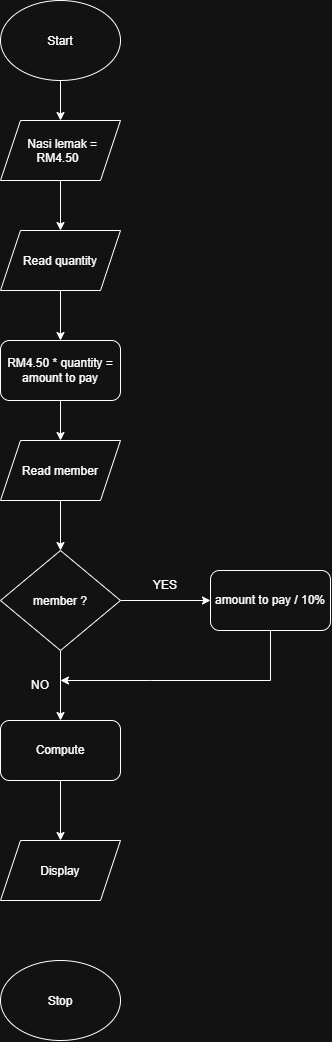
Above: diagrams_ex1_kiosk.drawio.png in fatinnajihanizam/BITP1113-Week04 (draw.io), before the change. Source tidied: cells renumbered, new cells last; positions are measured from the earlier drawing's top-left corner, leaving out a move shared by most shapes. Source of this version:
```xml
<mxGraphModel>
  <root>
    <mxCell id="0" />
    <mxCell id="1" parent="0" />
    <mxCell id="2" style="edgeStyle=orthogonalEdgeStyle;rounded=0;jettySize=auto;html=1;exitX=0.5;exitY=1;exitDx=0;exitDy=0;defaultLabelBackgroundColor=page;" parent="1" edge="1" source="3" target="5">
      <mxGeometry relative="1" as="geometry" />
    </mxCell>
    <mxCell id="3" value="Start" style="ellipse;whiteSpace=wrap;html=1;shapeInside=1;" parent="1" vertex="1">
      <mxGeometry width="120" height="80" as="geometry" />
    </mxCell>
    <mxCell id="4" style="edgeStyle=orthogonalEdgeStyle;rounded=0;jettySize=auto;html=1;exitX=0.5;exitY=1;exitDx=0;exitDy=0;defaultLabelBackgroundColor=page;" parent="1" edge="1" source="5" target="7">
      <mxGeometry relative="1" as="geometry" />
    </mxCell>
    <mxCell id="5" value="Nasi lemak = RM4.50" style="shape=parallelogram;perimeter=parallelogramPerimeter;whiteSpace=wrap;html=1;shapeInside=1;fixedSize=1;" parent="1" vertex="1">
      <mxGeometry y="120" width="120" height="60" as="geometry" />
    </mxCell>
    <mxCell id="6" style="edgeStyle=orthogonalEdgeStyle;rounded=0;jettySize=auto;html=1;exitX=0.5;exitY=1;exitDx=0;exitDy=0;entryX=0.5;entryY=0;entryDx=0;entryDy=0;defaultLabelBackgroundColor=page;" parent="1" edge="1" source="7" target="16">
      <mxGeometry relative="1" as="geometry" />
    </mxCell>
    <mxCell id="7" value="Read quantity" style="shape=parallelogram;perimeter=parallelogramPerimeter;whiteSpace=wrap;html=1;shapeInside=1;fixedSize=1;" parent="1" vertex="1">
      <mxGeometry y="230" width="120" height="60" as="geometry" />
    </mxCell>
    <mxCell id="8" style="edgeStyle=orthogonalEdgeStyle;rounded=0;jettySize=auto;html=1;exitX=0.5;exitY=1;exitDx=0;exitDy=0;entryX=0.5;entryY=0;entryDx=0;entryDy=0;defaultLabelBackgroundColor=page;" parent="1" edge="1" source="9" target="12">
      <mxGeometry relative="1" as="geometry" />
    </mxCell>
    <mxCell id="9" value="Read member" style="shape=parallelogram;perimeter=parallelogramPerimeter;whiteSpace=wrap;html=1;shapeInside=1;fixedSize=1;" parent="1" vertex="1">
      <mxGeometry y="440" width="120" height="60" as="geometry" />
    </mxCell>
    <mxCell id="10" style="edgeStyle=orthogonalEdgeStyle;rounded=0;jettySize=auto;html=1;exitX=1;exitY=0.5;exitDx=0;exitDy=0;defaultLabelBackgroundColor=page;" parent="1" edge="1" source="12" target="14">
      <mxGeometry relative="1" as="geometry" />
    </mxCell>
    <mxCell id="11" style="edgeStyle=orthogonalEdgeStyle;rounded=0;jettySize=auto;html=1;exitX=0.5;exitY=1;exitDx=0;exitDy=0;entryX=0.5;entryY=0;entryDx=0;entryDy=0;defaultLabelBackgroundColor=page;" parent="1" edge="1" source="12" target="18">
      <mxGeometry relative="1" as="geometry" />
    </mxCell>
    <mxCell id="12" value="member ?&lt;div&gt;&lt;br&gt;&lt;/div&gt;" style="rhombus;whiteSpace=wrap;html=1;shapeInside=1;" parent="1" vertex="1">
      <mxGeometry y="550" width="120" height="100" as="geometry" />
    </mxCell>
    <mxCell id="13" style="rounded=0;jettySize=auto;html=1;exitX=0.5;exitY=1;exitDx=0;exitDy=0;defaultLabelBackgroundColor=page;edgeStyle=orthogonalEdgeStyle;" parent="1" edge="1" source="14">
      <mxGeometry x="-0.51" relative="1" as="geometry">
        <mxPoint x="60" y="680" as="targetPoint" />
        <Array as="points">
          <mxPoint x="270" y="680" />
          <mxPoint x="150" y="680" />
        </Array>
      </mxGeometry>
    </mxCell>
    <mxCell id="14" value="amount to pay / 10%" style="rounded=1;whiteSpace=wrap;html=1;roundedPerimeter=1;" parent="1" vertex="1">
      <mxGeometry x="210" y="570" width="120" height="60" as="geometry" />
    </mxCell>
    <mxCell id="15" style="edgeStyle=orthogonalEdgeStyle;rounded=0;jettySize=auto;html=1;exitX=0.5;exitY=1;exitDx=0;exitDy=0;entryX=0.5;entryY=0;entryDx=0;entryDy=0;defaultLabelBackgroundColor=page;" parent="1" edge="1" source="16" target="9">
      <mxGeometry relative="1" as="geometry" />
    </mxCell>
    <mxCell id="16" value="RM4.50 * quantity = amount to pay" style="rounded=1;whiteSpace=wrap;html=1;roundedPerimeter=1;" parent="1" vertex="1">
      <mxGeometry y="340" width="120" height="60" as="geometry" />
    </mxCell>
    <mxCell id="17" style="edgeStyle=orthogonalEdgeStyle;rounded=0;jettySize=auto;html=1;exitX=0.5;exitY=1;exitDx=0;exitDy=0;entryX=0.5;entryY=0;entryDx=0;entryDy=0;defaultLabelBackgroundColor=page;" parent="1" edge="1" source="18" target="19">
      <mxGeometry relative="1" as="geometry" />
    </mxCell>
    <mxCell id="18" value="Compute" style="rounded=1;whiteSpace=wrap;html=1;roundedPerimeter=1;" parent="1" vertex="1">
      <mxGeometry y="720" width="120" height="60" as="geometry" />
    </mxCell>
    <mxCell id="19" value="Display" style="shape=parallelogram;perimeter=parallelogramPerimeter;whiteSpace=wrap;html=1;shapeInside=1;fixedSize=1;" parent="1" vertex="1">
      <mxGeometry y="840" width="120" height="60" as="geometry" />
    </mxCell>
    <mxCell id="20" value="Stop" style="ellipse;whiteSpace=wrap;html=1;shapeInside=1;" parent="1" vertex="1">
      <mxGeometry y="960" width="120" height="80" as="geometry" />
    </mxCell>
    <mxCell id="21" value="YES" style="text;html=1;whiteSpace=wrap;strokeColor=none;fillColor=none;align=center;verticalAlign=middle;rounded=0;" parent="1" vertex="1">
      <mxGeometry x="135" y="570" width="60" height="30" as="geometry" />
    </mxCell>
    <mxCell id="22" value="NO" style="text;html=1;whiteSpace=wrap;strokeColor=none;fillColor=none;align=center;verticalAlign=middle;rounded=0;" parent="1" vertex="1">
      <mxGeometry x="10" y="670" width="60" height="30" as="geometry" />
    </mxCell>
  </root>
</mxGraphModel>
```
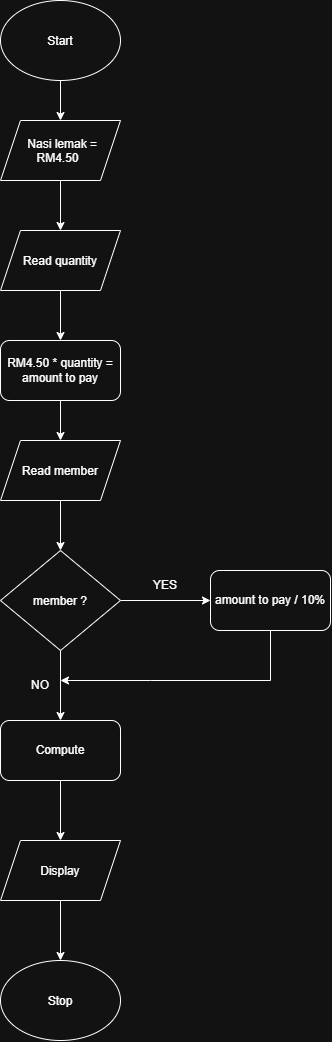
Above is the later version.

Commit message:
Ex1: kiosk flowchart

What changed in the source:
```diff
@@ -59,6 +59,9 @@
     <mxCell id="18" value="Compute" style="rounded=1;whiteSpace=wrap;html=1;roundedPerimeter=1;" parent="1" vertex="1">
       <mxGeometry y="720" width="120" height="60" as="geometry" />
     </mxCell>
+    <mxCell id="23" style="edgeStyle=orthogonalEdgeStyle;rounded=0;jettySize=auto;html=1;exitX=0.5;exitY=1;exitDx=0;exitDy=0;defaultLabelBackgroundColor=page;" parent="1" edge="1" source="19" target="20">
+      <mxGeometry relative="1" as="geometry" />
+    </mxCell>
     <mxCell id="19" value="Display" style="shape=parallelogram;perimeter=parallelogramPerimeter;whiteSpace=wrap;html=1;shapeInside=1;fixedSize=1;" parent="1" vertex="1">
       <mxGeometry y="840" width="120" height="60" as="geometry" />
     </mxCell>
```
